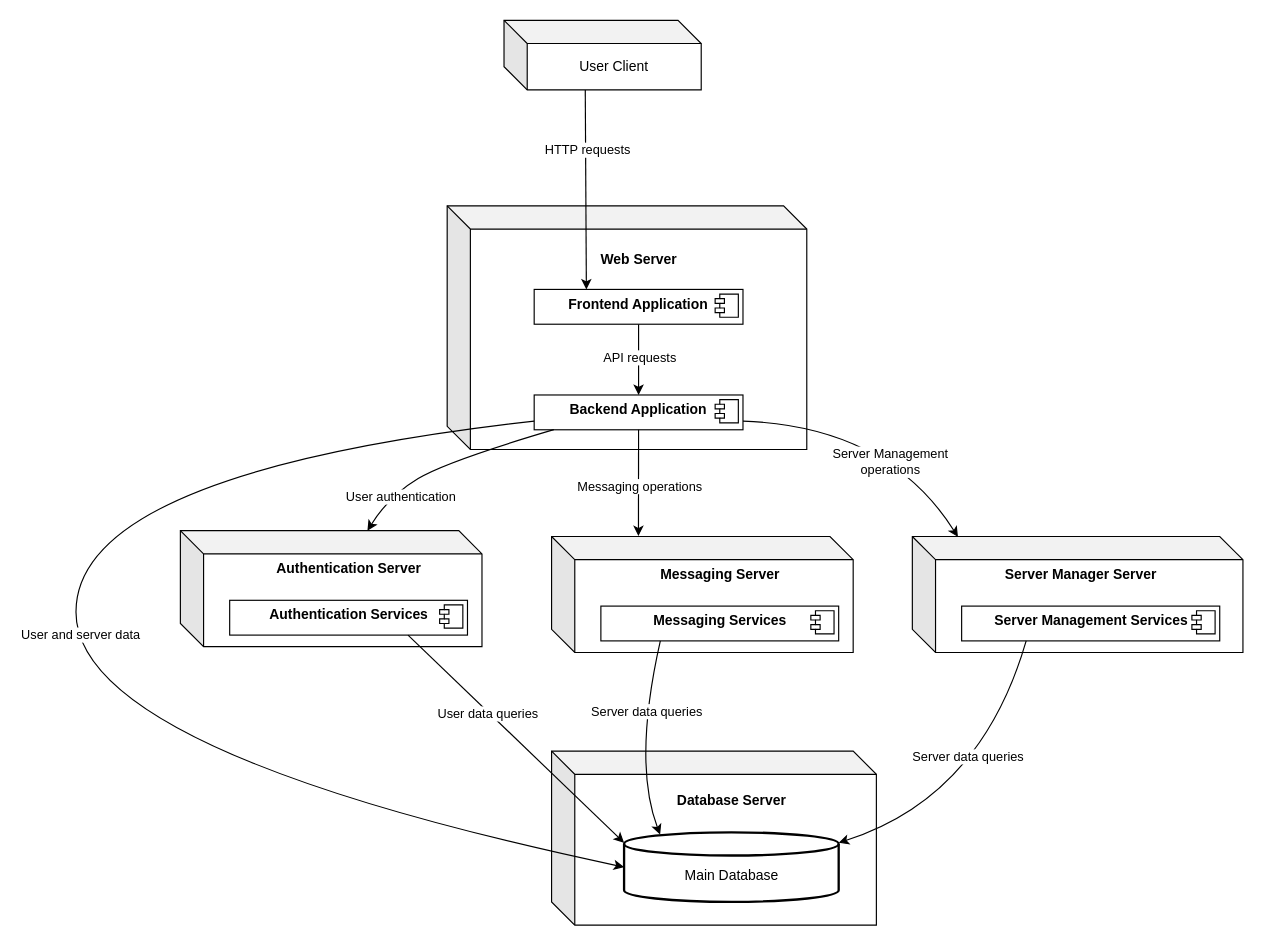
Harshul1484/BMP- keeps this draw.io diagram as Deployment Diagram.drawio. Above is the earlier version. Source tidied: cells renumbered, new cells numbered last; positions are measured from the earlier drawing's top-left corner, leaving out a move shared by most shapes. Both pictures are drawn from the tidied source at 116%, with x=0, y=0 at pixel (75, 20).
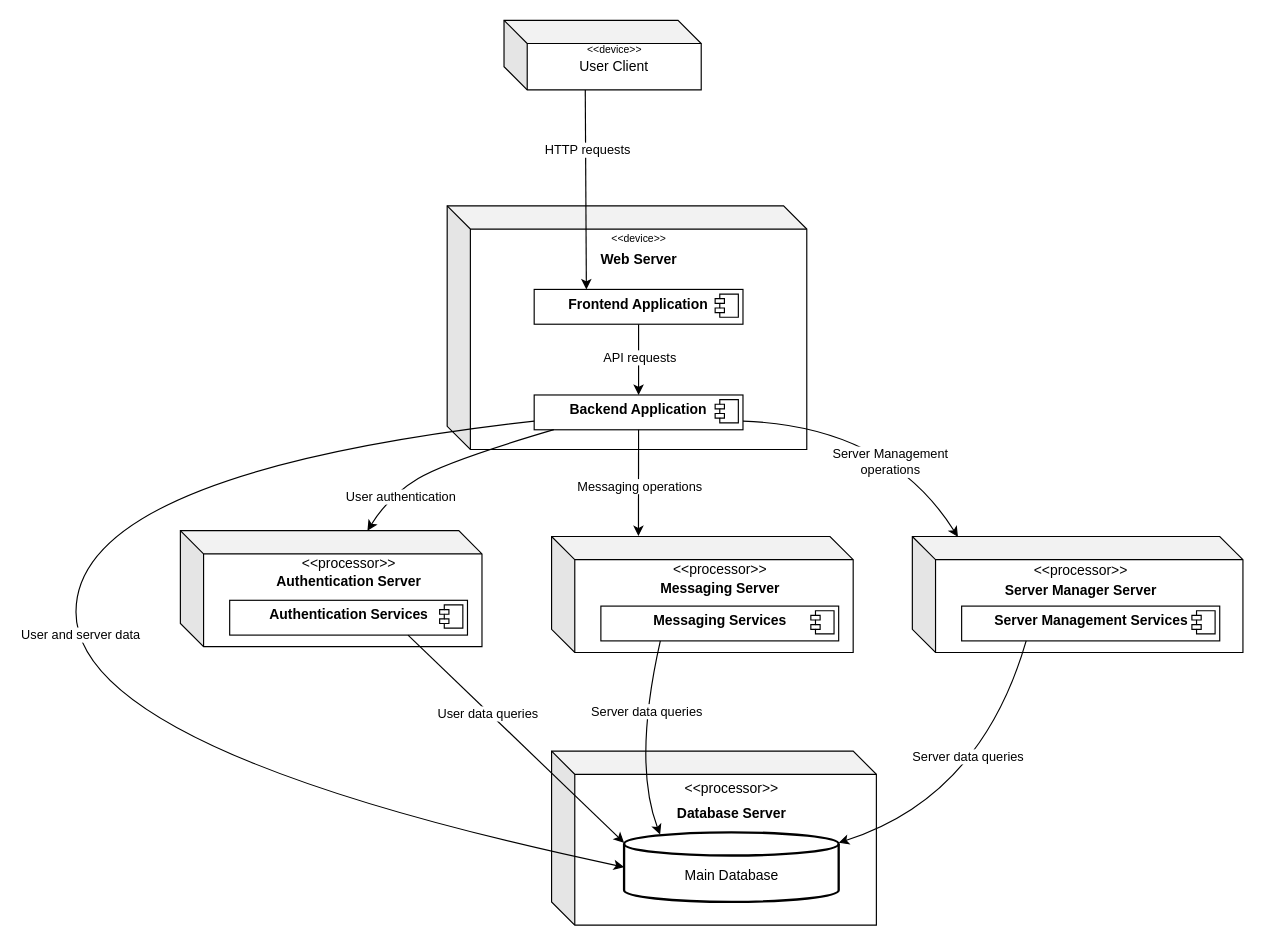
Above is the later version.

The change refers to these unchanged cells:
```xml
<mxCell id="13" style="group;" parent="1" vertex="1">
  <mxGeometry x="90" y="440" width="260" height="100" as="geometry" />
</mxCell>
<mxCell id="18" style="group;" parent="1" vertex="1">
  <mxGeometry x="410" y="445" width="260" height="100" as="geometry" />
</mxCell>
<mxCell id="23" style="group;" parent="1" vertex="1">
  <mxGeometry x="721" y="445" width="285" height="100" as="geometry" />
</mxCell>
```

What changed in the source:
```diff
@@
     <mxCell id="15" value="Authentication Server" style="text;align=center;fontStyle=1;verticalAlign=middle;spacingLeft=3;spacingRight=3;strokeColor=none;html=1;" parent="13" vertex="1">
-      <mxGeometry x="105" y="20" width="80" height="26" as="geometry" />
+      <mxGeometry x="105" y="31" width="80" height="26" as="geometry" />
     </mxCell>
@@
+    <mxCell id="45" value="&amp;lt;&amp;lt;processor&amp;gt;&amp;gt;" style="text;html=1;align=center;verticalAlign=middle;strokeColor=none;fillColor=none;" parent="13" vertex="1">
+      <mxGeometry x="95" y="14" width="100" height="30" as="geometry" />
+    </mxCell>
@@
     <mxCell id="20" value="Messaging Server" style="text;align=center;fontStyle=1;verticalAlign=middle;spacingLeft=3;spacingRight=3;strokeColor=none;html=1;" parent="18" vertex="1">
-      <mxGeometry x="105" y="20" width="80" height="26" as="geometry" />
+      <mxGeometry x="105" y="32" width="80" height="26" as="geometry" />
     </mxCell>
@@
+    <mxCell id="46" value="&amp;lt;&amp;lt;processor&amp;gt;&amp;gt;" style="text;html=1;align=center;verticalAlign=middle;strokeColor=none;fillColor=none;" parent="18" vertex="1">
+      <mxGeometry x="95" y="14" width="100" height="30" as="geometry" />
+    </mxCell>
@@
     <mxCell id="25" value="Server Manager Server" style="text;align=center;fontStyle=1;verticalAlign=middle;spacingLeft=3;spacingRight=3;strokeColor=none;html=1;" parent="23" vertex="1">
-      <mxGeometry x="105" y="20" width="80" height="26" as="geometry" />
+      <mxGeometry x="105" y="34" width="80" height="26" as="geometry" />
     </mxCell>
@@
+    <mxCell id="47" value="&amp;lt;&amp;lt;processor&amp;gt;&amp;gt;" style="text;html=1;align=center;verticalAlign=middle;strokeColor=none;fillColor=none;" parent="23" vertex="1">
+      <mxGeometry x="95" y="15" width="100" height="30" as="geometry" />
+    </mxCell>
@@
     <mxCell id="29" value="Database Server" style="text;align=center;fontStyle=1;verticalAlign=middle;spacingLeft=3;spacingRight=3;strokeColor=none;html=1;" parent="1" vertex="1">
-      <mxGeometry x="525" y="660" width="80" height="26" as="geometry" />
+      <mxGeometry x="525" y="671" width="80" height="26" as="geometry" />
     </mxCell>
@@
+    <mxCell id="48" value="&lt;font style=&quot;font-size: 9px;&quot;&gt;&amp;lt;&amp;lt;device&amp;gt;&amp;gt;&lt;/font&gt;" style="text;html=1;align=center;verticalAlign=middle;strokeColor=none;fillColor=none;" parent="1" vertex="1">
+      <mxGeometry x="429" y="10" width="70" height="30" as="geometry" />
+    </mxCell>
+    <mxCell id="49" value="&lt;font style=&quot;font-size: 9px;&quot;&gt;&amp;lt;&amp;lt;device&amp;gt;&amp;gt;&lt;/font&gt;" style="text;html=1;align=center;verticalAlign=middle;strokeColor=none;fillColor=none;" parent="1" vertex="1">
+      <mxGeometry x="450" y="173" width="70" height="30" as="geometry" />
+    </mxCell>
+    <mxCell id="50" value="&amp;lt;&amp;lt;processor&amp;gt;&amp;gt;" style="text;html=1;align=center;verticalAlign=middle;strokeColor=none;fillColor=none;" parent="1" vertex="1">
+      <mxGeometry x="515" y="648" width="100" height="30" as="geometry" />
+    </mxCell>
```
